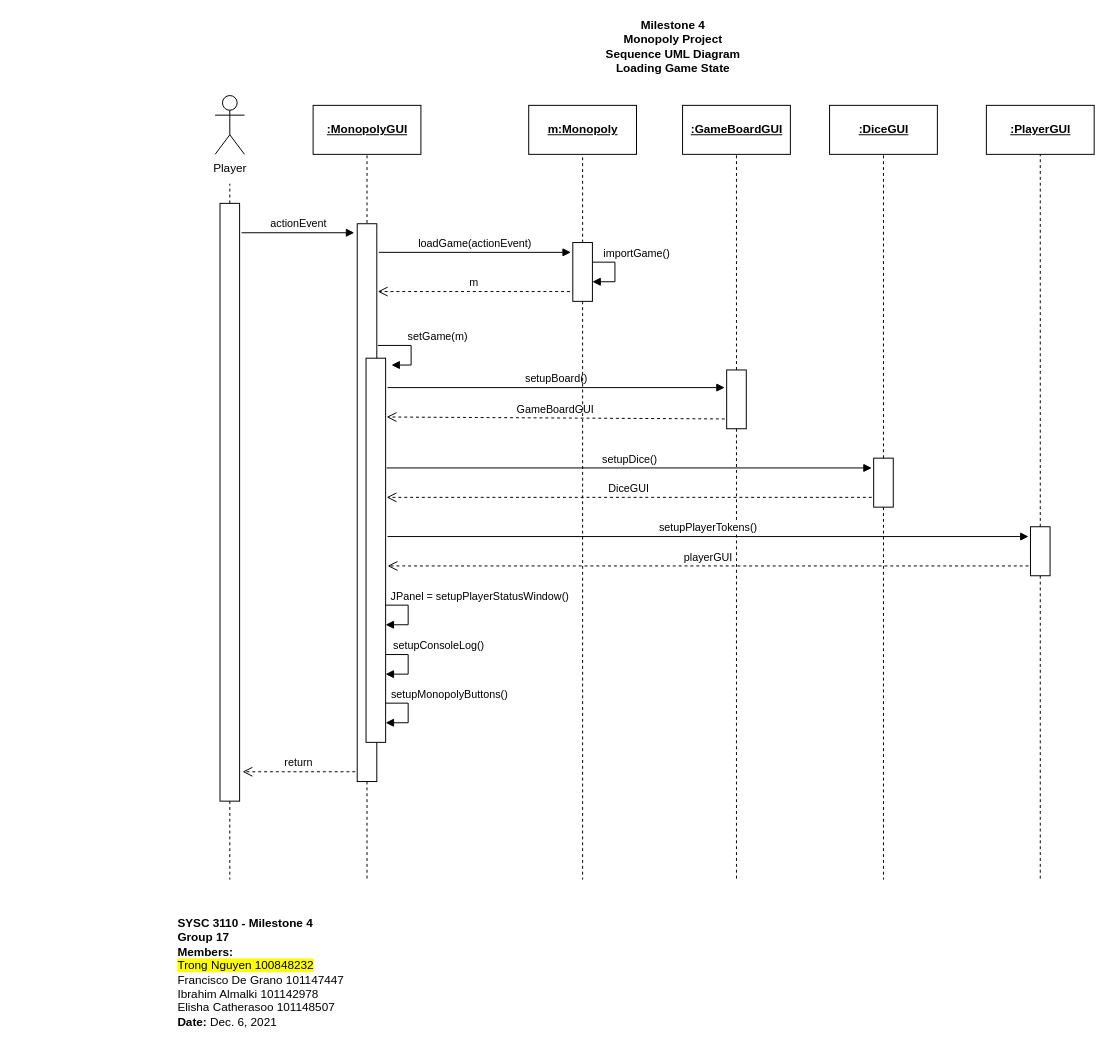
This is page "SequenceUML_4" (5 of 5) of M4_ClassUML.drawio from trong0dn/monopoly, a draw.io file, before an edit. Source tidied: cells renumbered, new cells numbered last; positions are measured from the earlier drawing's top-left corner, leaving out a move shared by most shapes. Both pictures are drawn from the tidied source at 98%, with x=0, y=0 at pixel (175, 17).
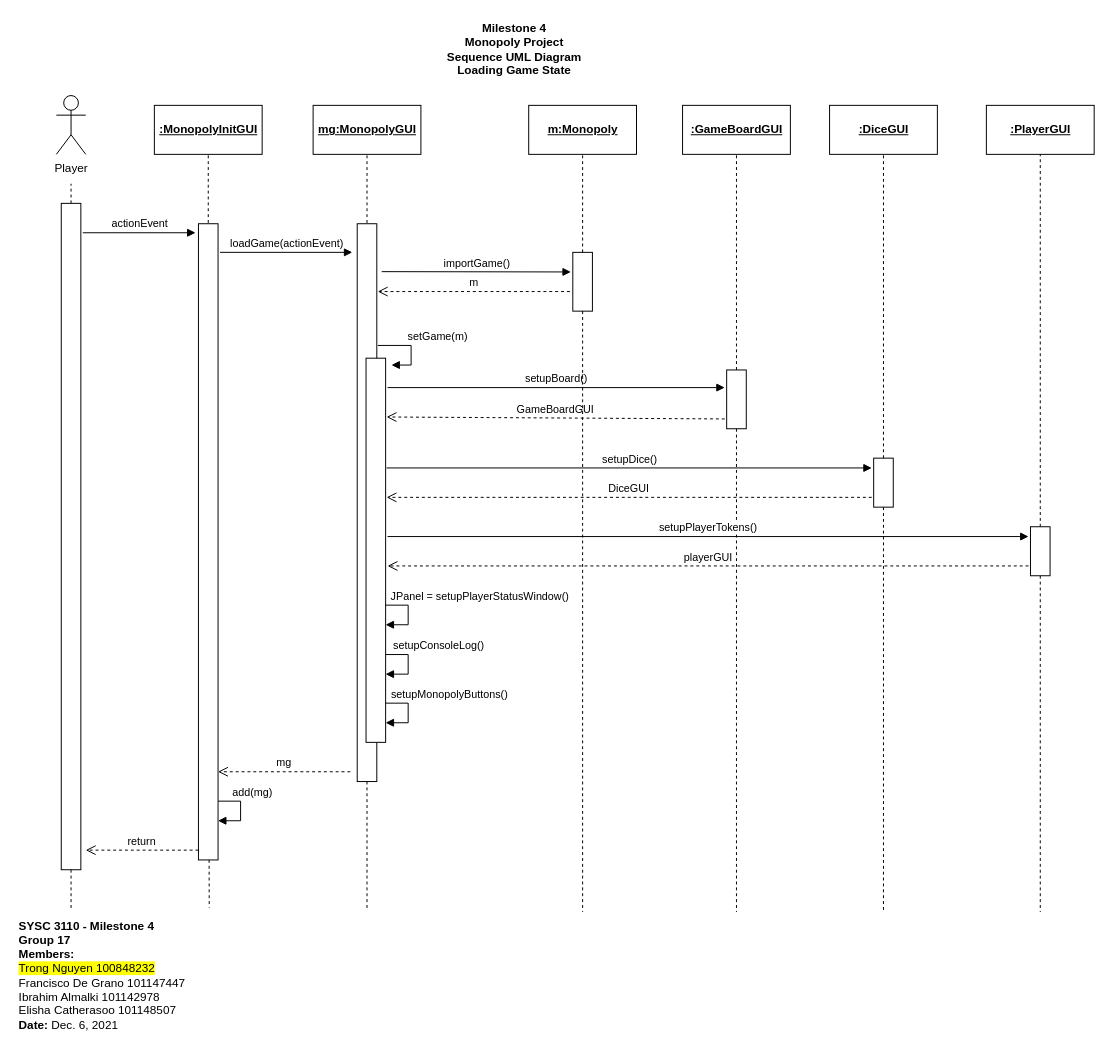
After the change.

The change refers to these unchanged cells:
```xml
<mxCell id="9" style="rounded=0;whiteSpace=wrap;html=1;align=left;" parent="1" vertex="1">
  <mxGeometry x="185" y="210.8" width="20" height="569.2" as="geometry" />
</mxCell>
<mxCell id="19" style="rounded=0;whiteSpace=wrap;html=1;align=left;" parent="1" vertex="1">
  <mxGeometry x="562" y="360" width="20" height="60" as="geometry" />
</mxCell>
<mxCell id="23" style="rounded=0;whiteSpace=wrap;html=1;align=left;" parent="1" vertex="1">
  <mxGeometry x="712" y="450" width="20" height="50" as="geometry" />
</mxCell>
<mxCell id="29" style="rounded=0;whiteSpace=wrap;html=1;align=left;" parent="1" vertex="1">
  <mxGeometry x="872" y="520" width="20" height="50" as="geometry" />
</mxCell>
```

Change to the diagram source:
```diff
@@
     <mxCell id="2" value="&lt;b&gt;Milestone 4&lt;/b&gt;&lt;br&gt;&lt;b&gt;Monopoly Project&lt;/b&gt;&lt;br&gt;&lt;b&gt;Sequence UML Diagram&lt;/b&gt;&lt;br&gt;&lt;b&gt;Loading Game State&lt;/b&gt;" style="text;html=1;align=center;verticalAlign=middle;strokeColor=none;fillColor=none;" parent="1" vertex="1">
-      <mxGeometry x="432" width="150" height="60" as="geometry" />
+      <mxGeometry x="270" y="3" width="150" height="60" as="geometry" />
     </mxCell>
     <mxCell id="3" value="&lt;b&gt;SYSC 3110 - Milestone 4&lt;/b&gt;&lt;br&gt;&lt;b&gt;Group 17&lt;/b&gt;&lt;br&gt;&lt;b&gt;Members:&lt;/b&gt;&lt;br&gt;&lt;span style=&quot;background-color: rgb(255 , 255 , 0)&quot;&gt;Trong Nguyen 100848232 &lt;/span&gt;&lt;br&gt;Francisco De Grano 101147447 &lt;br&gt;Ibrahim Almalki 101142978 &lt;br&gt;Elisha Catherasoo 101148507&lt;br&gt;&lt;b&gt;Date: &lt;/b&gt;Dec. 6, 2021" style="text;html=1;strokeColor=none;fillColor=none;align=left;verticalAlign=middle;whiteSpace=wrap;rounded=0;" parent="1" vertex="1">
-      <mxGeometry y="910" width="200" height="130" as="geometry" />
+      <mxGeometry x="-162" y="913" width="200" height="130" as="geometry" />
     </mxCell>
     <mxCell id="4" value="Player" style="shape=umlActor;verticalLabelPosition=bottom;verticalAlign=top;html=1;" parent="1" vertex="1">
-      <mxGeometry x="40" y="80" width="30" height="60" as="geometry" />
+      <mxGeometry x="-122" y="80" width="30" height="60" as="geometry" />
     </mxCell>
     <mxCell id="5" style="endArrow=none;dashed=1;html=1;rounded=0;startArrow=none;" parent="1" edge="1" source="6">
       <mxGeometry relative="1" as="geometry">
-        <mxPoint x="55" y="170" as="targetPoint" />
+        <mxPoint x="-107" y="170" as="targetPoint" />
       </mxGeometry>
     </mxCell>
     <mxCell id="6" style="rounded=0;whiteSpace=wrap;html=1;align=left;" parent="1" vertex="1">
-      <mxGeometry x="45" y="190" width="20" height="610" as="geometry" />
+      <mxGeometry x="-117" y="190" width="20" height="680" as="geometry" />
     </mxCell>
-    <mxCell id="7" style="endArrow=none;dashed=1;html=1;rounded=0;" parent="1" edge="1" source="6">
+    <mxCell id="7" style="endArrow=none;dashed=1;html=1;rounded=0;entryX=0.275;entryY=0;entryDx=0;entryDy=0;entryPerimeter=0;" parent="1" edge="1" source="6">
       <mxGeometry relative="1" as="geometry">
-        <mxPoint x="55" y="880" as="targetPoint" />
+        <mxPoint x="-107" y="910" as="targetPoint" />
       </mxGeometry>
     </mxCell>
     <mxCell id="8" value="actionEvent" style="html=1;verticalAlign=bottom;endArrow=block;rounded=0;" parent="1" edge="1">
       <mxGeometry relative="1" as="geometry">
-        <mxPoint x="67" y="220" as="sourcePoint" />
-        <mxPoint x="182" y="220" as="targetPoint" />
+        <mxPoint x="-95" y="220" as="sourcePoint" />
+        <mxPoint x="20" y="220" as="targetPoint" />
       </mxGeometry>
     </mxCell>
@@
-    <mxCell id="10" value="&lt;b&gt;&lt;u&gt;:MonopolyGUI&lt;/u&gt;&lt;/b&gt;" style="html=1;align=center;" parent="1" vertex="1">
+    <mxCell id="10" value="&lt;b&gt;&lt;u&gt;mg:MonopolyGUI&lt;/u&gt;&lt;/b&gt;" style="html=1;align=center;" parent="1" vertex="1">
       <mxGeometry x="140" y="90" width="110" height="50" as="geometry" />
     </mxCell>
@@
     <mxCell id="13" style="endArrow=none;dashed=1;html=1;rounded=0;" parent="1" edge="1" source="9">
       <mxGeometry relative="1" as="geometry">
-        <mxPoint x="195" y="880" as="targetPoint" />
+        <mxPoint x="195" y="910" as="targetPoint" />
       </mxGeometry>
     </mxCell>
@@
     <mxCell id="18" value="return" style="html=1;verticalAlign=bottom;endArrow=open;dashed=1;endSize=8;rounded=0;" parent="1" edge="1">
       <mxGeometry relative="1" as="geometry">
-        <mxPoint x="183" y="770" as="sourcePoint" />
-        <mxPoint x="68" y="770" as="targetPoint" />
+        <mxPoint x="23" y="850" as="sourcePoint" />
+        <mxPoint x="-92" y="850" as="targetPoint" />
       </mxGeometry>
     </mxCell>
@@
     <mxCell id="22" style="endArrow=none;dashed=1;html=1;rounded=0;" parent="1" edge="1" source="19">
       <mxGeometry relative="1" as="geometry">
-        <mxPoint x="572" y="880" as="targetPoint" />
+        <mxPoint x="572" y="913" as="targetPoint" />
       </mxGeometry>
     </mxCell>
@@
     <mxCell id="26" style="endArrow=none;dashed=1;html=1;rounded=0;" parent="1" edge="1" source="23">
       <mxGeometry relative="1" as="geometry">
-        <mxPoint x="722" y="880" as="targetPoint" />
+        <mxPoint x="722" y="913" as="targetPoint" />
       </mxGeometry>
     </mxCell>
@@
     <mxCell id="32" style="endArrow=none;dashed=1;html=1;rounded=0;" parent="1" edge="1" source="29">
       <mxGeometry relative="1" as="geometry">
-        <mxPoint x="882" y="880" as="targetPoint" />
+        <mxPoint x="882" y="913" as="targetPoint" />
       </mxGeometry>
     </mxCell>
@@
     <mxCell id="37" style="rounded=0;whiteSpace=wrap;html=1;align=left;" parent="1" vertex="1">
-      <mxGeometry x="405" y="230" width="20" height="60" as="geometry" />
+      <mxGeometry x="405" y="240" width="20" height="60" as="geometry" />
     </mxCell>
@@
     <mxCell id="40" style="endArrow=none;dashed=1;html=1;rounded=0;" parent="1" edge="1" source="37">
       <mxGeometry relative="1" as="geometry">
-        <mxPoint x="415" y="880" as="targetPoint" />
+        <mxPoint x="415" y="913" as="targetPoint" />
       </mxGeometry>
     </mxCell>
     <mxCell id="41" value="loadGame(actionEvent)" style="html=1;verticalAlign=bottom;endArrow=block;rounded=0;" parent="1" edge="1">
       <mxGeometry relative="1" as="geometry">
-        <mxPoint x="207" y="240" as="sourcePoint" />
-        <mxPoint x="403" y="240" as="targetPoint" />
+        <mxPoint x="45" y="240" as="sourcePoint" />
+        <mxPoint x="180" y="240" as="targetPoint" />
       </mxGeometry>
     </mxCell>
@@
+    <mxCell id="44" style="rounded=0;whiteSpace=wrap;html=1;align=left;" parent="1" vertex="1">
+      <mxGeometry x="23" y="210.8" width="20" height="649.2" as="geometry" />
+    </mxCell>
+    <mxCell id="45" value="&lt;b&gt;&lt;u&gt;:MonopolyInitGUI&lt;/u&gt;&lt;/b&gt;" style="html=1;align=center;" parent="1" vertex="1">
+      <mxGeometry x="-22" y="90" width="110" height="50" as="geometry" />
+    </mxCell>
+    <mxCell id="46" style="endArrow=none;dashed=1;html=1;rounded=0;" parent="1" edge="1" target="45">
+      <mxGeometry relative="1" as="geometry">
+        <mxPoint x="33" y="210" as="sourcePoint" />
+      </mxGeometry>
+    </mxCell>
+    <mxCell id="47" style="endArrow=none;dashed=1;html=1;rounded=0;entryX=0.98;entryY=-0.011;entryDx=0;entryDy=0;entryPerimeter=0;" parent="1" edge="1" source="44">
+      <mxGeometry relative="1" as="geometry">
+        <mxPoint x="34" y="908.6" as="targetPoint" />
+      </mxGeometry>
+    </mxCell>
     <mxCell id="43" value="importGame()" style="html=1;verticalAlign=bottom;endArrow=block;rounded=0;" parent="1" edge="1">
-      <mxGeometry x="-0.3" y="22" relative="1" as="geometry">
-        <mxPoint x="425" y="250" as="sourcePoint" />
-        <mxPoint x="425" y="270" as="targetPoint" />
-        <Array as="points">
-          <mxPoint x="448" y="250" />
-          <mxPoint x="448" y="270" />
-        </Array>
+      <mxGeometry relative="1" as="geometry">
+        <mxPoint x="210" y="259.7" as="sourcePoint" />
+        <mxPoint x="403" y="260" as="targetPoint" />
       </mxGeometry>
     </mxCell>
+    <mxCell id="48" value="mg" style="html=1;verticalAlign=bottom;endArrow=open;dashed=1;endSize=8;rounded=0;" parent="1" edge="1">
+      <mxGeometry relative="1" as="geometry">
+        <mxPoint x="178" y="770" as="sourcePoint" />
+        <mxPoint x="43" y="770" as="targetPoint" />
+      </mxGeometry>
+    </mxCell>
+    <mxCell id="49" value="add(mg)" style="html=1;verticalAlign=bottom;endArrow=block;rounded=0;" parent="1" edge="1">
+      <mxGeometry x="-0.3" y="12" relative="1" as="geometry">
+        <mxPoint x="43" y="800" as="sourcePoint" />
+        <mxPoint x="43" y="820" as="targetPoint" />
+        <Array as="points">
+          <mxPoint x="66" y="800" />
+          <mxPoint x="66" y="820" />
+        </Array>
+      </mxGeometry>
+    </mxCell>
```
